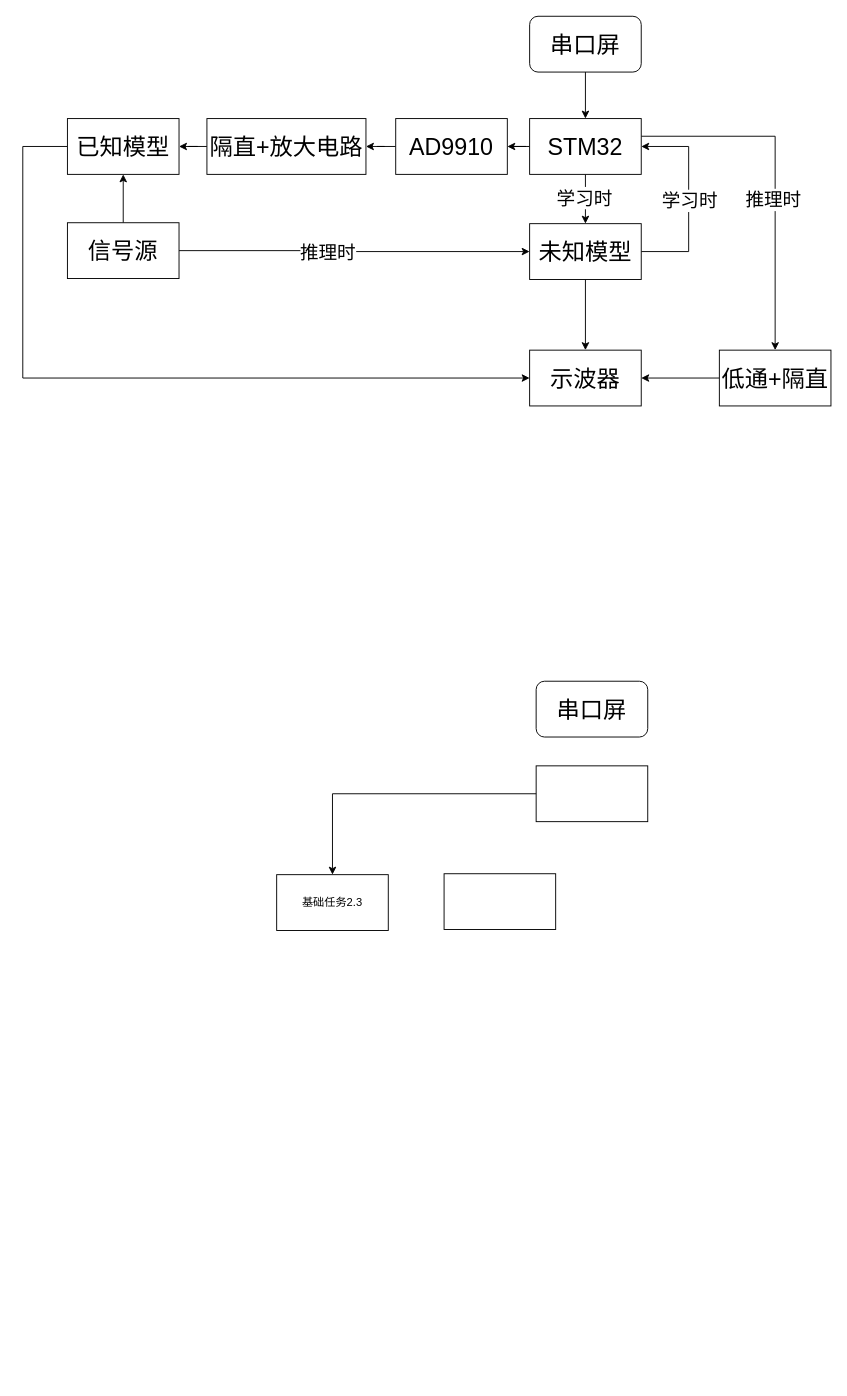
Earlier version of the draw.io diagram 设计报告/系统框图.drawio (NanShanTech/TI_25_G-Circuit_Model_RE). Source tidied: cells renumbered, new cells numbered last; positions are measured from the earlier drawing's top-left corner, leaving out a move shared by most shapes. Both pictures are drawn from the tidied source at 93%, with x=0, y=0 at pixel (22, 16).
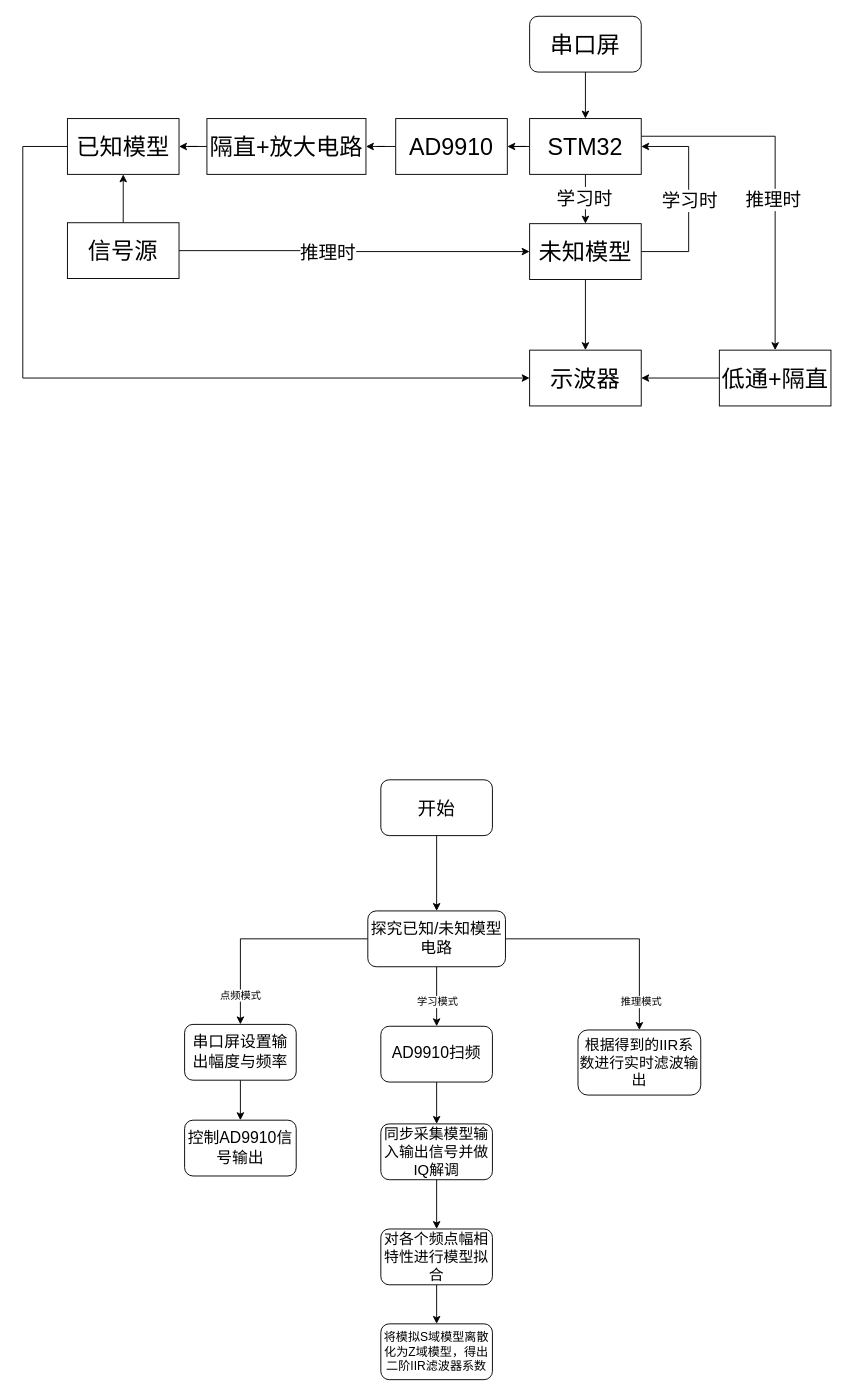
Above is the later version.

The edit, as a diff of the source:
```diff
@@
-    <mxCell id="27" style="rounded=0;whiteSpace=wrap;html=1;" parent="1" vertex="1">
-      <mxGeometry x="552" y="806" width="120" height="60" as="geometry" />
-    </mxCell>
-    <mxCell id="28" style="edgeStyle=orthogonalEdgeStyle;rounded=0;jettySize=auto;html=1;" parent="1" edge="1" source="27" target="30">
-      <mxGeometry relative="1" as="geometry" />
-    </mxCell>
-    <mxCell id="29" value="&lt;font style=&quot;font-size: 25px;&quot;&gt;串口屏&lt;/font&gt;" style="rounded=1;whiteSpace=wrap;html=1;" parent="1" vertex="1">
-      <mxGeometry x="552" y="715" width="120" height="60" as="geometry" />
-    </mxCell>
-    <mxCell id="30" value="基础任务2.3" style="rounded=0;whiteSpace=wrap;html=1;" parent="1" vertex="1">
-      <mxGeometry x="273" y="923" width="120" height="60" as="geometry" />
-    </mxCell>
-    <mxCell id="31" style="rounded=0;whiteSpace=wrap;html=1;" parent="1" vertex="1">
-      <mxGeometry x="453" y="922" width="120" height="60" as="geometry" />
-    </mxCell>
+    <mxCell id="32" style="edgeStyle=orthogonalEdgeStyle;rounded=0;jettySize=auto;html=1;" parent="1" edge="1" source="33" target="40">
+      <mxGeometry relative="1" as="geometry" />
+    </mxCell>
+    <mxCell id="33" value="&lt;font style=&quot;font-size: 20px;&quot;&gt;开始&lt;/font&gt;" style="rounded=1;whiteSpace=wrap;html=1;" parent="1" vertex="1">
+      <mxGeometry x="385" y="821" width="120" height="60" as="geometry" />
+    </mxCell>
+    <mxCell id="34" style="edgeStyle=orthogonalEdgeStyle;rounded=0;jettySize=auto;html=1;entryX=0.5;entryY=0;entryDx=0;entryDy=0;" parent="1" edge="1" source="40" target="45">
+      <mxGeometry relative="1" as="geometry" />
+    </mxCell>
+    <mxCell id="35" value="学习模式" style="edgeLabel;html=1;align=center;verticalAlign=middle;" parent="34" vertex="1">
+      <mxGeometry x="0.16" relative="1" as="geometry" />
+    </mxCell>
+    <mxCell id="36" style="edgeStyle=orthogonalEdgeStyle;rounded=0;jettySize=auto;html=1;entryX=0.5;entryY=0;entryDx=0;entryDy=0;" parent="1" edge="1" source="40" target="42">
+      <mxGeometry relative="1" as="geometry" />
+    </mxCell>
+    <mxCell id="37" value="点频模式" style="edgeLabel;html=1;align=center;verticalAlign=middle;" parent="36" vertex="1">
+      <mxGeometry x="0.52" relative="1" as="geometry">
+        <mxPoint x="-1" y="23" as="offset" />
+      </mxGeometry>
+    </mxCell>
+    <mxCell id="38" style="edgeStyle=orthogonalEdgeStyle;rounded=0;jettySize=auto;html=1;entryX=0.5;entryY=0;entryDx=0;entryDy=0;" parent="1" edge="1" source="40" target="51">
+      <mxGeometry relative="1" as="geometry" />
+    </mxCell>
+    <mxCell id="39" value="推理模式" style="edgeLabel;html=1;align=center;verticalAlign=middle;" parent="38" vertex="1">
+      <mxGeometry x="0.62" y="1" relative="1" as="geometry">
+        <mxPoint y="15" as="offset" />
+      </mxGeometry>
+    </mxCell>
+    <mxCell id="40" value="&lt;font style=&quot;font-size: 17px;&quot;&gt;探究已知/未知模型电路&lt;/font&gt;" style="whiteSpace=wrap;html=1;rounded=1;" parent="1" vertex="1">
+      <mxGeometry x="371" y="962" width="148" height="60" as="geometry" />
+    </mxCell>
+    <mxCell id="41" style="edgeStyle=orthogonalEdgeStyle;rounded=0;jettySize=auto;html=1;" parent="1" edge="1" source="42" target="43">
+      <mxGeometry relative="1" as="geometry" />
+    </mxCell>
+    <mxCell id="42" value="&lt;font style=&quot;font-size: 17px;&quot;&gt;串口屏设置输出幅度与频率&lt;/font&gt;" style="whiteSpace=wrap;html=1;rounded=1;" parent="1" vertex="1">
+      <mxGeometry x="174" y="1084" width="120" height="60" as="geometry" />
+    </mxCell>
+    <mxCell id="43" value="&lt;font style=&quot;font-size: 17px;&quot;&gt;控制AD9910信号输出&lt;/font&gt;" style="whiteSpace=wrap;html=1;rounded=1;" parent="1" vertex="1">
+      <mxGeometry x="174" y="1187" width="120" height="60" as="geometry" />
+    </mxCell>
+    <mxCell id="44" style="edgeStyle=orthogonalEdgeStyle;rounded=0;jettySize=auto;html=1;" parent="1" edge="1" source="45" target="47">
+      <mxGeometry relative="1" as="geometry" />
+    </mxCell>
+    <mxCell id="45" value="&lt;font style=&quot;font-size: 17px;&quot;&gt;AD9910扫频&lt;/font&gt;" style="rounded=1;whiteSpace=wrap;html=1;" parent="1" vertex="1">
+      <mxGeometry x="385" y="1086" width="120" height="60" as="geometry" />
+    </mxCell>
+    <mxCell id="46" style="edgeStyle=orthogonalEdgeStyle;rounded=0;jettySize=auto;html=1;" parent="1" edge="1" source="47" target="49">
+      <mxGeometry relative="1" as="geometry" />
+    </mxCell>
+    <mxCell id="47" value="&lt;font style=&quot;font-size: 16px;&quot;&gt;同步采集模型输入输出信号并做IQ解调&lt;/font&gt;" style="whiteSpace=wrap;html=1;rounded=1;" parent="1" vertex="1">
+      <mxGeometry x="385" y="1191" width="120" height="60" as="geometry" />
+    </mxCell>
+    <mxCell id="48" style="edgeStyle=orthogonalEdgeStyle;rounded=0;jettySize=auto;html=1;" parent="1" edge="1" source="49" target="50">
+      <mxGeometry relative="1" as="geometry" />
+    </mxCell>
+    <mxCell id="49" value="&lt;font style=&quot;font-size: 16px;&quot;&gt;对各个频点幅相特性进行模型拟合&lt;/font&gt;" style="whiteSpace=wrap;html=1;rounded=1;" parent="1" vertex="1">
+      <mxGeometry x="385" y="1304" width="120" height="60" as="geometry" />
+    </mxCell>
+    <mxCell id="50" value="&lt;font style=&quot;font-size: 13px;&quot;&gt;将模拟S域模型离散化为Z域模型，得出二阶IIR滤波器系数&lt;/font&gt;" style="whiteSpace=wrap;html=1;rounded=1;" parent="1" vertex="1">
+      <mxGeometry x="385" y="1406" width="120" height="60" as="geometry" />
+    </mxCell>
+    <mxCell id="51" value="&lt;font style=&quot;font-size: 16px;&quot;&gt;根据得到的IIR系数进行实时滤波输出&lt;/font&gt;" style="rounded=1;whiteSpace=wrap;html=1;" parent="1" vertex="1">
+      <mxGeometry x="597" y="1090" width="132" height="70" as="geometry" />
+    </mxCell>
```
